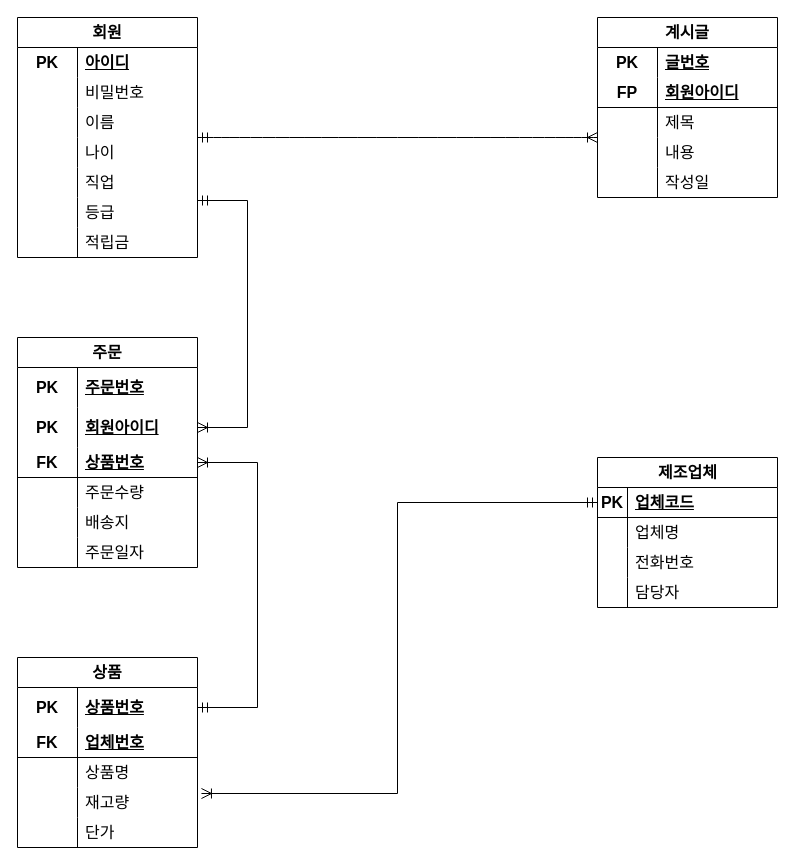
Earlier version of the draw.io diagram page "페이지-2" (2 of 2) of 한빛마트.drawio (DODODODWODODOO/oraclesource). Source tidied: cells renumbered, new cells numbered last; positions are measured from the earlier drawing's top-left corner, leaving out a move shared by most shapes. Both pictures are drawn from the tidied source at 100%, with x=0, y=0 at pixel (17, 17).
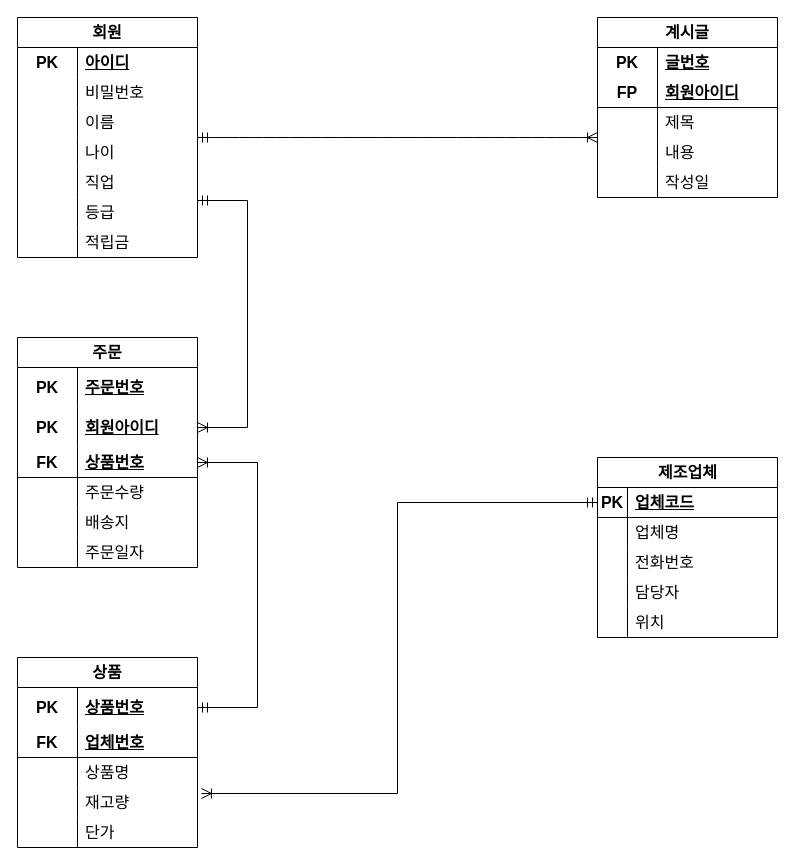
After the change.

What changed in the source:
```diff
@@
     <mxCell id="80" value="제조업체" style="shape=table;startSize=30;childLayout=tableLayout;rowLines=0;fontStyle=1;align=center;html=1;fontSize=16;" parent="1" vertex="1">
-      <mxGeometry x="580" y="440" width="180" height="150" as="geometry" />
+      <mxGeometry x="580" y="440" width="180" height="180" as="geometry" />
     </mxCell>
@@
+    <mxCell id="94" style="shape=tableRow;horizontal=0;startSize=0;swimlaneHead=0;swimlaneBody=0;fillColor=none;top=0;left=0;right=0;bottom=0;fontSize=16;" parent="80" vertex="1">
+      <mxGeometry y="150" width="180" height="30" as="geometry" />
+    </mxCell>
+    <mxCell id="95" style="shape=partialRectangle;fillColor=none;top=0;left=0;bottom=0;right=0;overflow=hidden;whiteSpace=wrap;html=1;fontSize=16;" parent="94" vertex="1">
+      <mxGeometry width="30" height="30" as="geometry" />
+    </mxCell>
+    <mxCell id="96" value="위치" style="shape=partialRectangle;fillColor=none;top=0;left=0;bottom=0;right=0;align=left;spacingLeft=6;overflow=hidden;whiteSpace=wrap;html=1;fontSize=16;" parent="94" vertex="1">
+      <mxGeometry x="30" width="150" height="30" as="geometry" />
+    </mxCell>
```
